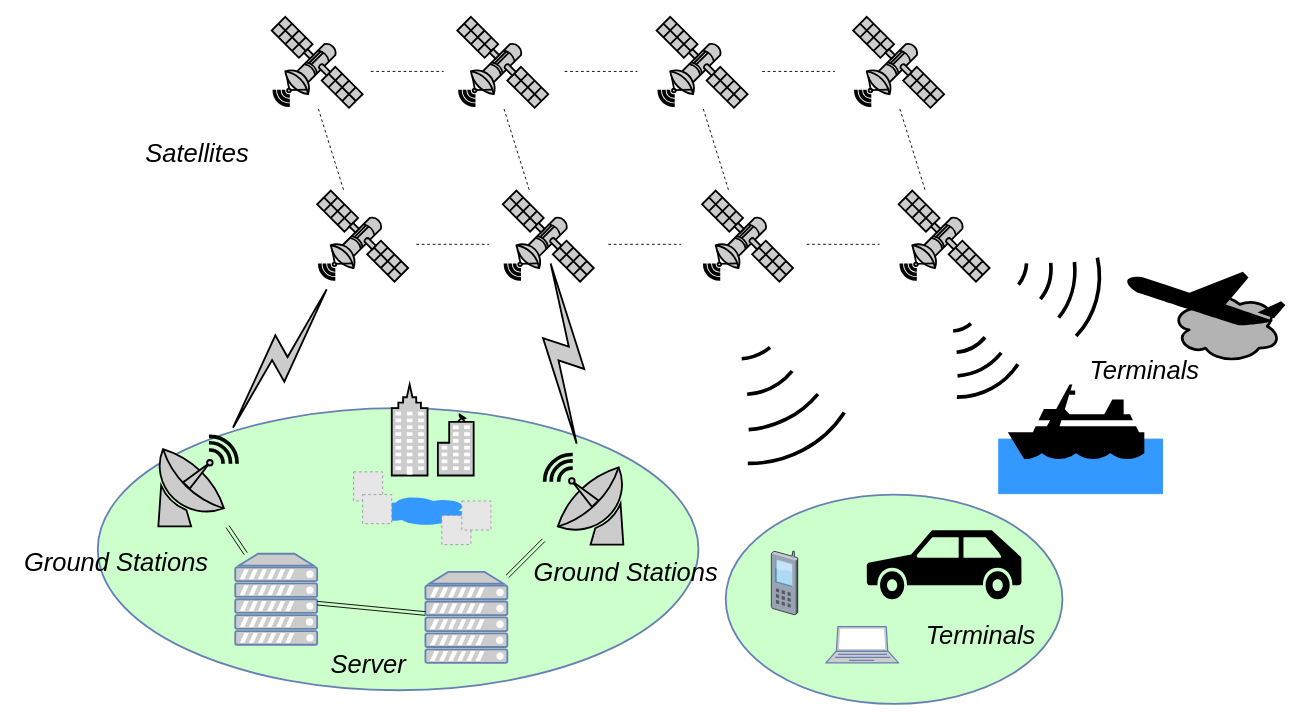
Before: page "卫星通信" (1 of 16) of drawio.drawio in peachhhhh/satellite, a draw.io diagram. Source tidied: cells renumbered, new cells numbered last; positions are measured from the earlier drawing's top-left corner, leaving out a move shared by most shapes. Both pictures are drawn from the tidied source at 91%, with x=0, y=0 at pixel (15, 16). Pictures stored in the file or linked from it are replaced by grey dashed boxes.
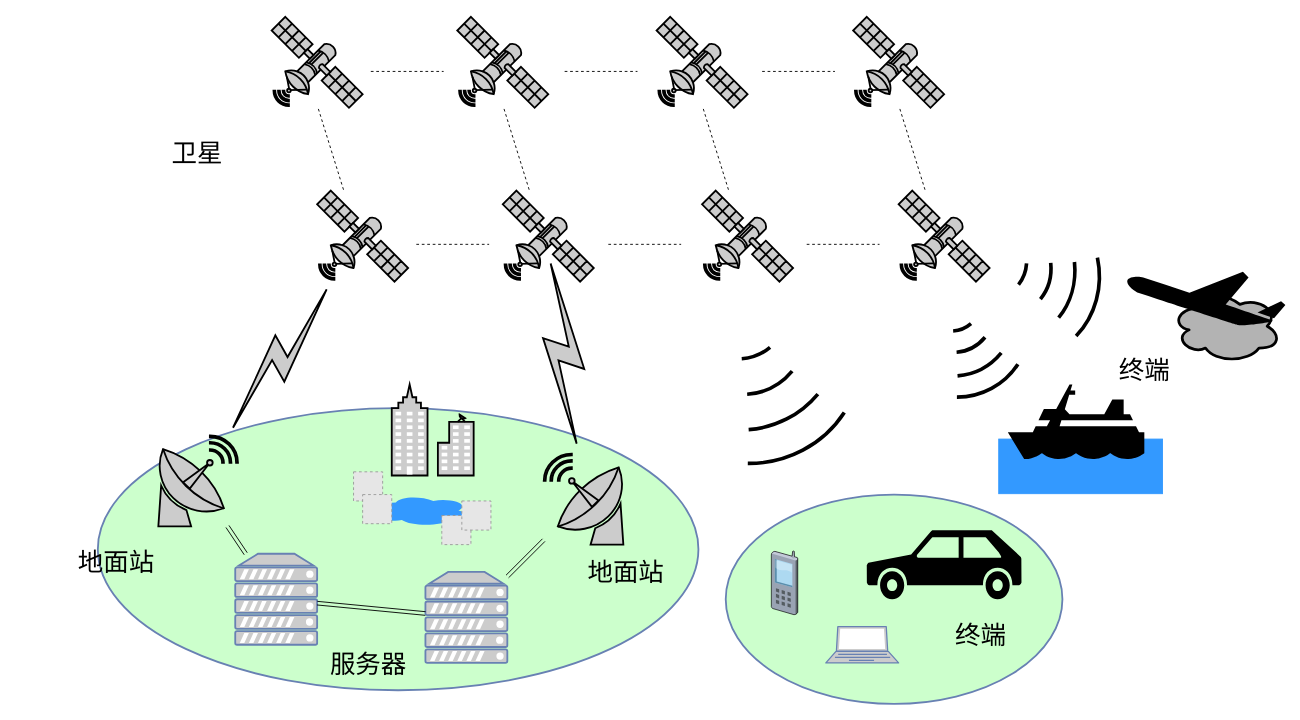
The same diagram, later.

What changed in the source:
```diff
@@
-    <mxCell id="60" value="Ground Stations" style="text;html=1;align=center;verticalAlign=middle;fontSize=28;fontStyle=2;" parent="1" vertex="1">
-      <mxGeometry y="580" width="220" height="40" as="geometry" />
+    <mxCell id="60" value="地面站" style="text;html=1;align=center;verticalAlign=middle;fontSize=28;fontStyle=0;" parent="1" vertex="1">
+      <mxGeometry x="60" y="580" width="100" height="40" as="geometry" />
     </mxCell>
-    <mxCell id="61" value="Server" style="text;html=1;align=center;verticalAlign=middle;fontSize=28;fontStyle=2;" parent="1" vertex="1">
+    <mxCell id="61" value="服务器" style="text;html=1;align=center;verticalAlign=middle;fontSize=28;fontStyle=0;" parent="1" vertex="1">
       <mxGeometry x="337" y="692" width="100" height="40" as="geometry" />
     </mxCell>
-    <mxCell id="62" value="Ground Stations" style="text;html=1;align=center;verticalAlign=middle;fontSize=28;fontStyle=2;" parent="1" vertex="1">
-      <mxGeometry x="560" y="590" width="220" height="40" as="geometry" />
+    <mxCell id="62" value="地面站" style="text;html=1;align=center;verticalAlign=middle;fontSize=28;fontStyle=0;" parent="1" vertex="1">
+      <mxGeometry x="620" y="590" width="100" height="40" as="geometry" />
     </mxCell>
-    <mxCell id="63" value="Satellites" style="text;html=1;align=center;verticalAlign=middle;fontSize=28;fontStyle=2;" parent="1" vertex="1">
-      <mxGeometry x="134" y="130" width="130" height="40" as="geometry" />
+    <mxCell id="63" value="&lt;span style=&quot;font-style: normal&quot;&gt;卫星&lt;/span&gt;" style="text;html=1;align=center;verticalAlign=middle;fontSize=28;fontStyle=2;" parent="1" vertex="1">
+      <mxGeometry x="164" y="130" width="70" height="40" as="geometry" />
     </mxCell>
-    <mxCell id="64" value="Terminals" style="text;html=1;align=center;verticalAlign=middle;fontSize=28;fontStyle=2;" parent="1" vertex="1">
-      <mxGeometry x="1170" y="368" width="140" height="40" as="geometry" />
+    <mxCell id="64" value="终端" style="text;html=1;align=center;verticalAlign=middle;fontSize=28;fontStyle=0;" parent="1" vertex="1">
+      <mxGeometry x="1205" y="368" width="70" height="40" as="geometry" />
     </mxCell>
-    <mxCell id="65" value="Terminals" style="text;html=1;align=center;verticalAlign=middle;fontSize=28;fontStyle=2;" parent="1" vertex="1">
-      <mxGeometry x="990" y="660" width="140" height="40" as="geometry" />
+    <mxCell id="65" value="终端" style="text;html=1;align=center;verticalAlign=middle;fontSize=28;fontStyle=0;" parent="1" vertex="1">
+      <mxGeometry x="1025" y="660" width="70" height="40" as="geometry" />
     </mxCell>
```
